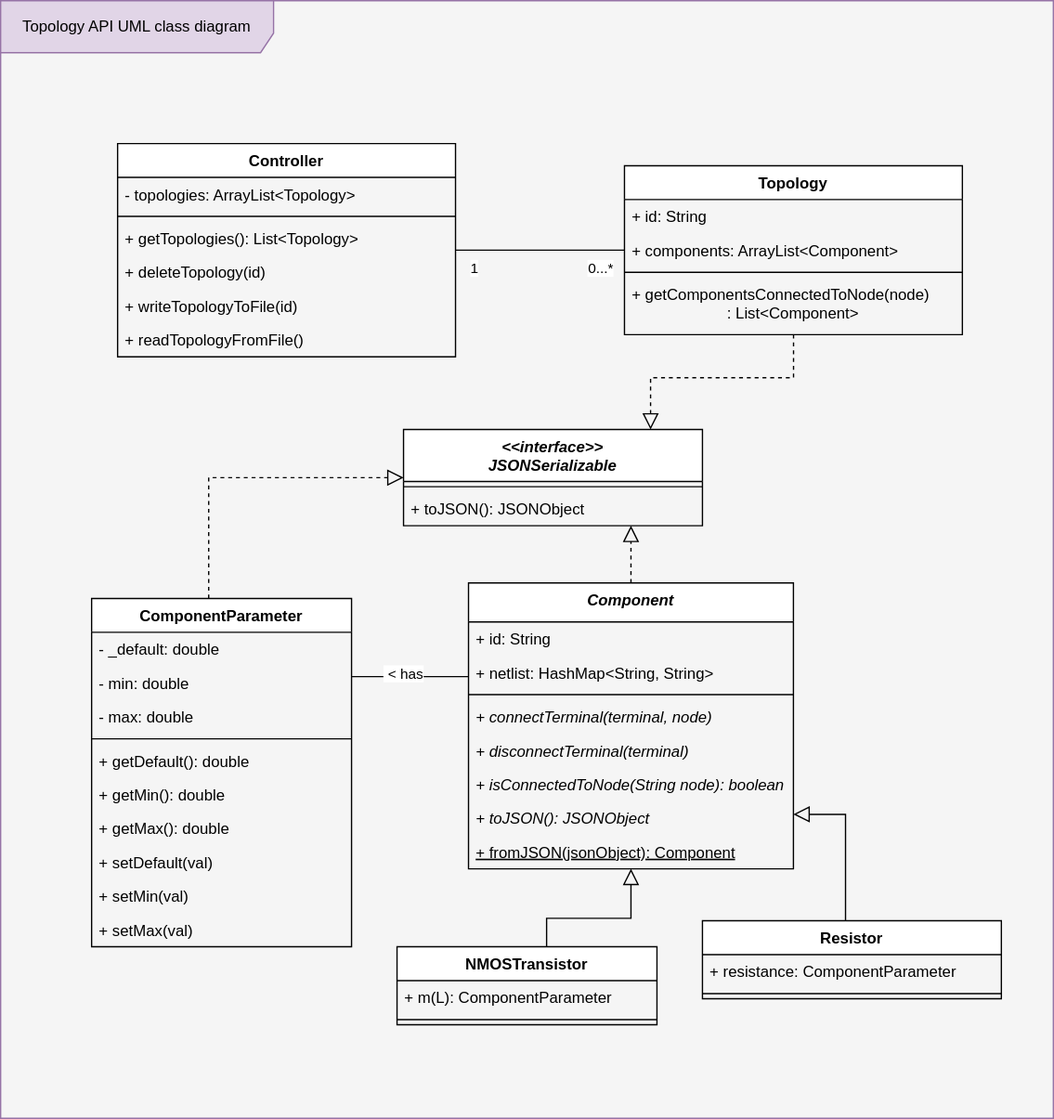
MuhammadSawalhy/TopologyAPI keeps this draw.io diagram as classes-uml.svg. Above is the earlier version. Source tidied: cells renumbered, new cells last; positions are measured from the earlier drawing's top-left corner, leaving out a move shared by most shapes.
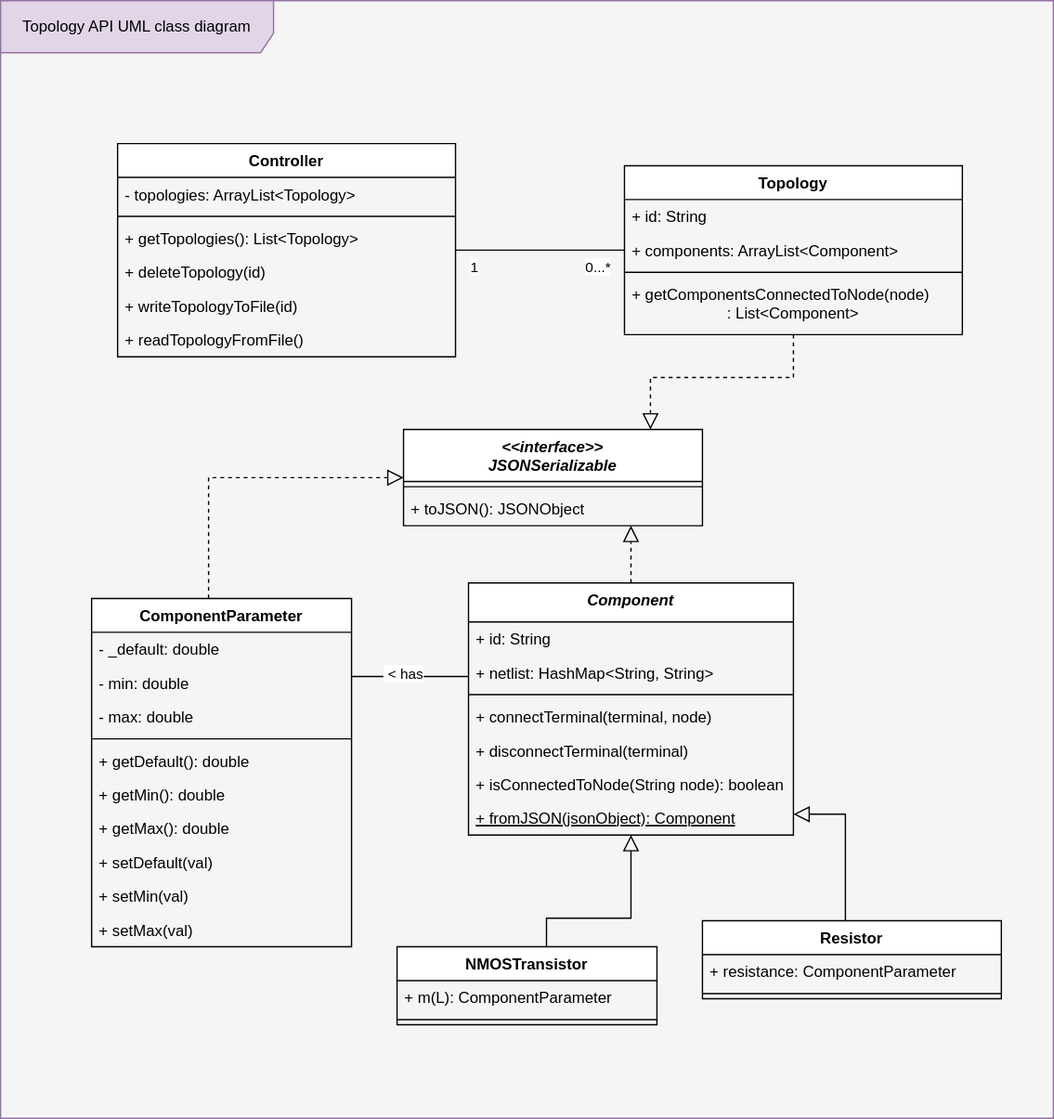
After the change.

Change to the diagram source:
```diff
@@ -13,7 +13,7 @@
       </mxGeometry>
     </mxCell>
     <mxCell id="4" value="Component" style="swimlane;fontStyle=3;align=center;verticalAlign=top;horizontal=1;startSize=30;" parent="1" vertex="1">
-      <mxGeometry x="360" y="448" width="250" height="220" as="geometry" />
+      <mxGeometry x="360" y="448" width="250" height="194" as="geometry" />
     </mxCell>
     <mxCell id="5" value="+ id: String" style="text;strokeColor=none;fillColor=none;align=left;verticalAlign=top;spacingLeft=4;spacingRight=4;overflow=hidden;" parent="4" vertex="1">
       <mxGeometry y="30" width="250" height="26" as="geometry" />
@@ -24,20 +24,17 @@
     <mxCell id="7" style="line;strokeWidth=1;fillColor=none;align=left;verticalAlign=middle;spacingTop=-1;spacingLeft=3;spacingRight=3;labelPosition=right;" parent="4" vertex="1">
       <mxGeometry y="82" width="250" height="8" as="geometry" />
     </mxCell>
-    <mxCell id="8" value="+ connectTerminal(terminal, node)" style="text;strokeColor=none;fillColor=none;align=left;verticalAlign=top;spacingLeft=4;spacingRight=4;overflow=hidden;fontStyle=2;" parent="4" vertex="1">
+    <mxCell id="8" value="+ connectTerminal(terminal, node)" style="text;strokeColor=none;fillColor=none;align=left;verticalAlign=top;spacingLeft=4;spacingRight=4;overflow=hidden;fontStyle=0;" parent="4" vertex="1">
       <mxGeometry y="90" width="250" height="26" as="geometry" />
     </mxCell>
-    <mxCell id="9" value="+ disconnectTerminal(terminal)" style="text;strokeColor=none;fillColor=none;align=left;verticalAlign=top;spacingLeft=4;spacingRight=4;overflow=hidden;fontStyle=2;" parent="4" vertex="1">
+    <mxCell id="9" value="+ disconnectTerminal(terminal)" style="text;strokeColor=none;fillColor=none;align=left;verticalAlign=top;spacingLeft=4;spacingRight=4;overflow=hidden;fontStyle=0;" parent="4" vertex="1">
       <mxGeometry y="116" width="250" height="26" as="geometry" />
     </mxCell>
-    <mxCell id="10" value="+ isConnectedToNode(String node): boolean" style="text;strokeColor=none;fillColor=none;align=left;verticalAlign=top;spacingLeft=4;spacingRight=4;overflow=hidden;fontStyle=2;" parent="4" vertex="1">
+    <mxCell id="10" value="+ isConnectedToNode(String node): boolean" style="text;strokeColor=none;fillColor=none;align=left;verticalAlign=top;spacingLeft=4;spacingRight=4;overflow=hidden;fontStyle=0;" parent="4" vertex="1">
       <mxGeometry y="142" width="250" height="26" as="geometry" />
     </mxCell>
-    <mxCell id="11" value="+ toJSON(): JSONObject" style="text;strokeColor=none;fillColor=none;align=left;verticalAlign=top;spacingLeft=4;spacingRight=4;overflow=hidden;fontStyle=2;" parent="4" vertex="1">
-      <mxGeometry y="168" width="250" height="26" as="geometry" />
-    </mxCell>
     <mxCell id="12" value="+ fromJSON(jsonObject): Component" style="text;strokeColor=none;fillColor=none;align=left;verticalAlign=top;spacingLeft=4;spacingRight=4;overflow=hidden;fontStyle=4;" parent="4" vertex="1">
-      <mxGeometry y="194" width="250" height="26" as="geometry" />
+      <mxGeometry y="168" width="250" height="26" as="geometry" />
     </mxCell>
     <mxCell id="13" value="Controller" style="swimlane;fontStyle=1;align=center;verticalAlign=top;horizontal=1;startSize=26;" parent="1" vertex="1">
       <mxGeometry x="90" y="110" width="260" height="164" as="geometry" />
```
